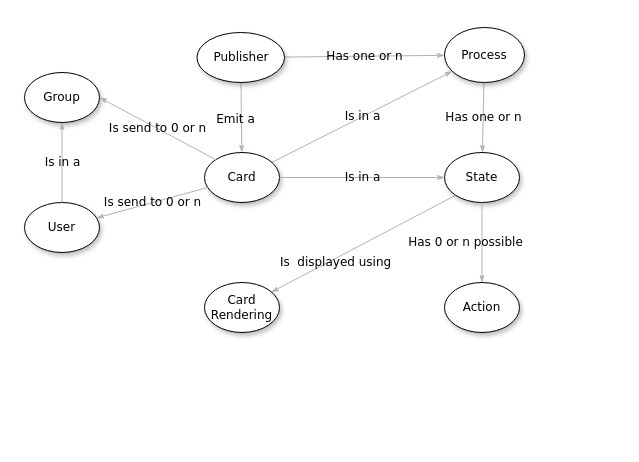
The draw.io diagram documentation/archives/SNAPSHOT/images/BusinessObjects.drawio in opfab-mock/opfab-mock.github.io, before the edit. Source tidied: cells renumbered, new cells numbered last; positions are measured from the earlier drawing's top-left corner, leaving out a move shared by most shapes. Both pictures are drawn from the tidied source at 100%, with x=0, y=0 at pixel (24, 27).
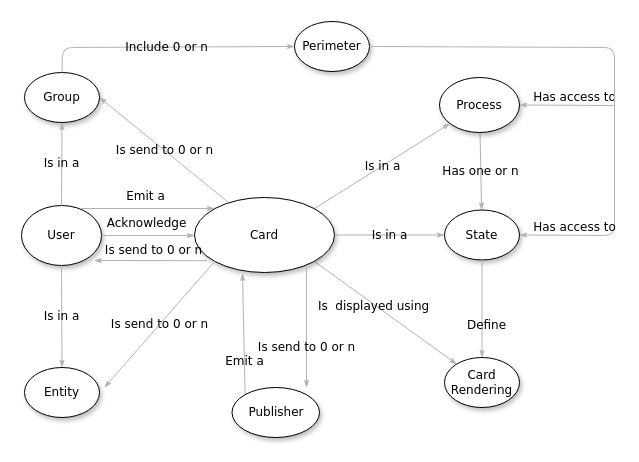
Above is the later version.

Unchanged cells that the change refers to:
```xml
<mxCell id="14" value="Group" style="ellipse;whiteSpace=wrap;html=1;rounded=0;shadow=1;comic=0;labelBackgroundColor=none;strokeWidth=1;fontFamily=Verdana;fontSize=12;align=center;" parent="1" vertex="1">
  <mxGeometry y="45" width="75" height="50" as="geometry" />
</mxCell>
```

Diff of the diagram source:
```diff
@@
-    <mxCell id="2" value="Has one or n" style="edgeStyle=none;rounded=1;html=1;labelBackgroundColor=none;startArrow=none;startFill=0;startSize=5;endArrow=classicThin;endFill=1;endSize=5;jettySize=auto;strokeColor=#B3B3B3;strokeWidth=1;fontFamily=Verdana;fontSize=12;" parent="1" edge="1" source="4" target="7">
-      <mxGeometry relative="1" as="geometry" />
-    </mxCell>
-    <mxCell id="3" value="Emit a " style="edgeStyle=none;rounded=1;html=1;labelBackgroundColor=none;startArrow=none;startFill=0;startSize=5;endArrow=classicThin;endFill=1;endSize=5;jettySize=auto;strokeColor=#B3B3B3;strokeWidth=1;fontFamily=Verdana;fontSize=12;" parent="1" edge="1" source="4" target="11">
-      <mxGeometry x="0.06" y="-7" relative="1" as="geometry">
-        <mxPoint x="1" as="offset" />
-      </mxGeometry>
+    <mxCell id="3" value="Emit a " style="edgeStyle=none;rounded=1;html=1;labelBackgroundColor=none;startArrow=none;startFill=0;startSize=5;endArrow=classicThin;endFill=1;endSize=5;jettySize=auto;strokeColor=#B3B3B3;strokeWidth=1;fontFamily=Verdana;fontSize=12;exitX=0;exitY=0;exitDx=0;exitDy=0;entryX=0.343;entryY=1.013;entryDx=0;entryDy=0;entryPerimeter=0;" parent="1" edge="1" source="4" target="11">
+      <mxGeometry x="-0.45" relative="1" as="geometry" />
     </mxCell>
     <mxCell id="4" value="Publisher" style="ellipse;whiteSpace=wrap;html=1;rounded=0;shadow=1;comic=0;labelBackgroundColor=none;strokeWidth=1;fontFamily=Verdana;fontSize=12;align=center;" parent="1" vertex="1">
-      <mxGeometry x="172.5" y="5" width="87.5" height="50" as="geometry" />
+      <mxGeometry x="207.5" y="360" width="87.5" height="50" as="geometry" />
     </mxCell>
@@
-    <mxCell id="6" value="Is&amp;nbsp; displayed using " style="edgeStyle=none;rounded=1;html=1;labelBackgroundColor=none;startArrow=none;startFill=0;startSize=5;endArrow=classicThin;endFill=1;endSize=5;jettySize=auto;strokeColor=#B3B3B3;strokeWidth=1;fontFamily=Verdana;fontSize=12;exitX=0;exitY=1;exitDx=0;exitDy=0;" parent="1" edge="1" source="9" target="8">
-      <mxGeometry x="0.33" y="3" relative="1" as="geometry">
-        <mxPoint x="1" as="offset" />
-      </mxGeometry>
+    <mxCell id="6" value="Is&amp;nbsp; displayed using " style="edgeStyle=none;rounded=1;html=1;labelBackgroundColor=none;startArrow=none;startFill=0;startSize=5;endArrow=classicThin;endFill=1;endSize=5;jettySize=auto;strokeColor=#B3B3B3;strokeWidth=1;fontFamily=Verdana;fontSize=12;exitX=1;exitY=1;exitDx=0;exitDy=0;" parent="1" edge="1" source="11" target="8">
+      <mxGeometry x="-0.14" y="-2" relative="1" as="geometry" />
     </mxCell>
     <mxCell id="7" value="Process" style="ellipse;whiteSpace=wrap;html=1;rounded=0;shadow=1;comic=0;labelBackgroundColor=none;strokeWidth=1;fontFamily=Verdana;fontSize=12;align=center;" parent="1" vertex="1">
-      <mxGeometry x="420" width="80" height="55" as="geometry" />
+      <mxGeometry x="415" y="50" width="80" height="55" as="geometry" />
     </mxCell>
     <mxCell id="8" value="Card Rendering" style="ellipse;whiteSpace=wrap;html=1;rounded=0;shadow=1;comic=0;labelBackgroundColor=none;strokeWidth=1;fontFamily=Verdana;fontSize=12;align=center;" parent="1" vertex="1">
-      <mxGeometry x="180" y="255" width="75" height="50" as="geometry" />
+      <mxGeometry x="420" y="330" width="75" height="50" as="geometry" />
     </mxCell>
     <mxCell id="9" value="State" style="ellipse;whiteSpace=wrap;html=1;rounded=0;shadow=1;comic=0;labelBackgroundColor=none;strokeWidth=1;fontFamily=Verdana;fontSize=12;align=center;" parent="1" vertex="1">
-      <mxGeometry x="420" y="125" width="75" height="50" as="geometry" />
+      <mxGeometry x="420" y="182.5" width="75" height="50" as="geometry" />
     </mxCell>
-    <mxCell id="10" value="Is in a " style="edgeStyle=none;rounded=1;html=1;labelBackgroundColor=none;startArrow=none;startFill=0;startSize=5;endArrow=classicThin;endFill=1;endSize=5;jettySize=auto;strokeColor=#B3B3B3;strokeWidth=1;fontFamily=Verdana;fontSize=12;" parent="1" edge="1" source="11" target="7">
+    <mxCell id="10" value="Is in a " style="edgeStyle=none;rounded=1;html=1;labelBackgroundColor=none;startArrow=none;startFill=0;startSize=5;endArrow=classicThin;endFill=1;endSize=5;jettySize=auto;strokeColor=#B3B3B3;strokeWidth=1;fontFamily=Verdana;fontSize=12;exitX=1;exitY=0;exitDx=0;exitDy=0;" parent="1" edge="1" source="11" target="7">
       <mxGeometry relative="1" as="geometry" />
     </mxCell>
     <mxCell id="11" value="Card " style="ellipse;whiteSpace=wrap;html=1;rounded=0;shadow=1;comic=0;labelBackgroundColor=none;strokeWidth=1;fontFamily=Verdana;fontSize=12;align=center;" parent="1" vertex="1">
-      <mxGeometry x="180" y="125" width="75" height="50" as="geometry" />
+      <mxGeometry x="170" y="170" width="140" height="75" as="geometry" />
     </mxCell>
@@
     <mxCell id="13" value="User" style="ellipse;whiteSpace=wrap;html=1;rounded=0;shadow=1;comic=0;labelBackgroundColor=none;strokeWidth=1;fontFamily=Verdana;fontSize=12;align=center;" parent="1" vertex="1">
-      <mxGeometry y="175" width="75" height="50" as="geometry" />
+      <mxGeometry x="-3" y="178" width="80" height="60" as="geometry" />
     </mxCell>
@@
-    <mxCell id="15" value="Action" style="ellipse;whiteSpace=wrap;html=1;rounded=0;shadow=1;comic=0;labelBackgroundColor=none;strokeWidth=1;fontFamily=Verdana;fontSize=12;align=center;" parent="1" vertex="1">
-      <mxGeometry x="420" y="255" width="75" height="50" as="geometry" />
-    </mxCell>
-    <mxCell id="16" value="Has 0 or n possible " style="edgeStyle=none;rounded=1;html=1;labelBackgroundColor=none;startArrow=none;startFill=0;startSize=5;endArrow=classicThin;endFill=1;endSize=5;jettySize=auto;strokeColor=#B3B3B3;strokeWidth=1;fontFamily=Verdana;fontSize=12;exitX=0.5;exitY=1;exitDx=0;exitDy=0;" parent="1" edge="1" source="9" target="15">
-      <mxGeometry y="-17" relative="1" as="geometry" />
-    </mxCell>
@@
-    <mxCell id="18" value="Is send to 0 or n " style="edgeStyle=none;rounded=1;html=1;labelBackgroundColor=none;startArrow=none;startFill=0;startSize=5;endArrow=classicThin;endFill=1;endSize=5;jettySize=auto;strokeColor=#B3B3B3;strokeWidth=1;fontFamily=Verdana;fontSize=12;exitX=0.04;exitY=0.7;exitDx=0;exitDy=0;exitPerimeter=0;" parent="1" edge="1" source="11" target="13">
-      <mxGeometry relative="1" as="geometry" />
+    <mxCell id="18" value="Is send to 0 or n " style="edgeStyle=none;rounded=1;html=1;labelBackgroundColor=none;startArrow=none;startFill=0;startSize=5;endArrow=classicThin;endFill=1;endSize=5;jettySize=auto;orthogonalLoop=1;strokeColor=#B3B3B3;strokeWidth=1;fontFamily=Verdana;fontSize=12;entryX=0.91;entryY=0.866;entryDx=0;entryDy=0;entryPerimeter=0;exitX=0.089;exitY=0.803;exitDx=0;exitDy=0;exitPerimeter=0;" parent="1" edge="1">
+      <mxGeometry x="-0.04" y="-10" relative="1" as="geometry">
+        <mxPoint x="182.5" y="233.2" as="sourcePoint" />
+        <mxPoint x="69.8" y="233" as="targetPoint" />
+      </mxGeometry>
     </mxCell>
-    <mxCell id="19" value="Is send to 0 or n " style="edgeStyle=none;rounded=1;html=1;labelBackgroundColor=none;startArrow=none;startFill=0;startSize=5;endArrow=classicThin;endFill=1;endSize=5;jettySize=auto;strokeColor=#B3B3B3;strokeWidth=1;fontFamily=Verdana;fontSize=12;exitX=0;exitY=0;exitDx=0;exitDy=0;entryX=1;entryY=0.5;entryDx=0;entryDy=0;" parent="1" edge="1" source="11" target="14">
+    <mxCell id="19" value="Is send to 0 or n " style="edgeStyle=none;rounded=1;html=1;labelBackgroundColor=none;startArrow=none;startFill=0;startSize=5;endArrow=classicThin;endFill=1;endSize=5;jettySize=auto;strokeColor=#B3B3B3;strokeWidth=1;fontFamily=Verdana;fontSize=12;exitX=0.243;exitY=0.067;exitDx=0;exitDy=0;entryX=1;entryY=0.5;entryDx=0;entryDy=0;exitPerimeter=0;" parent="1" edge="1" source="11" target="14">
       <mxGeometry relative="1" as="geometry" />
     </mxCell>
@@
+    <mxCell id="21" value="Entity" style="ellipse;whiteSpace=wrap;html=1;rounded=0;shadow=1;comic=0;labelBackgroundColor=none;strokeWidth=1;fontFamily=Verdana;fontSize=12;align=center;" parent="1" vertex="1">
+      <mxGeometry y="340" width="75" height="50" as="geometry" />
+    </mxCell>
+    <mxCell id="22" value="Is send to 0 or n " style="edgeStyle=none;rounded=1;html=1;labelBackgroundColor=none;startArrow=none;startFill=0;startSize=5;endArrow=classicThin;endFill=1;endSize=5;jettySize=auto;strokeColor=#B3B3B3;strokeWidth=1;fontFamily=Verdana;fontSize=12;exitX=0;exitY=1;exitDx=0;exitDy=0;" parent="1" edge="1" source="11">
+      <mxGeometry relative="1" as="geometry">
+        <mxPoint x="80" y="360" as="targetPoint" />
+      </mxGeometry>
+    </mxCell>
+    <mxCell id="23" value="Is in a " style="edgeStyle=none;rounded=1;html=1;labelBackgroundColor=none;startArrow=none;startFill=0;startSize=5;endArrow=classicThin;endFill=1;endSize=5;jettySize=auto;strokeColor=#B3B3B3;strokeWidth=1;fontFamily=Verdana;fontSize=12;exitX=0.5;exitY=1;exitDx=0;exitDy=0;entryX=0.5;entryY=0;entryDx=0;entryDy=0;" parent="1" edge="1" source="13" target="21">
+      <mxGeometry relative="1" as="geometry" />
+    </mxCell>
+    <mxCell id="24" value="Define" style="edgeStyle=none;rounded=1;html=1;labelBackgroundColor=none;startArrow=none;startFill=0;startSize=5;endArrow=classicThin;endFill=1;endSize=5;jettySize=auto;strokeColor=#B3B3B3;strokeWidth=1;fontFamily=Verdana;fontSize=12;exitX=0.5;exitY=1;exitDx=0;exitDy=0;entryX=0.5;entryY=0;entryDx=0;entryDy=0;" parent="1" edge="1" source="9" target="8">
+      <mxGeometry x="0.33" y="3" relative="1" as="geometry">
+        <mxPoint x="1" as="offset" />
+      </mxGeometry>
+    </mxCell>
+    <mxCell id="25" value="Emit a " style="edgeStyle=none;rounded=1;html=1;labelBackgroundColor=none;startArrow=none;startFill=0;startSize=5;endArrow=classicThin;endFill=1;endSize=5;jettySize=auto;strokeColor=#B3B3B3;strokeWidth=1;fontFamily=Verdana;fontSize=12;exitX=0.75;exitY=0.05;exitDx=0;exitDy=0;exitPerimeter=0;" parent="1" edge="1" source="13">
+      <mxGeometry x="-0.04" y="12" relative="1" as="geometry">
+        <mxPoint x="190" y="181" as="targetPoint" />
+      </mxGeometry>
+    </mxCell>
+    <mxCell id="26" value="Is send to 0 or n " style="edgeStyle=none;rounded=1;html=1;labelBackgroundColor=none;startArrow=none;startFill=0;startSize=5;endArrow=classicThin;endFill=1;endSize=5;jettySize=auto;orthogonalLoop=1;strokeColor=#B3B3B3;strokeWidth=1;fontFamily=Verdana;fontSize=12;" parent="1" edge="1">
+      <mxGeometry x="0.33" relative="1" as="geometry">
+        <mxPoint x="282" y="240" as="sourcePoint" />
+        <mxPoint x="282" y="360" as="targetPoint" />
+      </mxGeometry>
+    </mxCell>
+    <mxCell id="27" value="Perimeter" style="ellipse;whiteSpace=wrap;html=1;rounded=0;shadow=1;comic=0;labelBackgroundColor=none;strokeWidth=1;fontFamily=Verdana;fontSize=12;align=center;" parent="1" vertex="1">
+      <mxGeometry x="270" y="-6" width="75" height="50" as="geometry" />
+    </mxCell>
+    <mxCell id="28" value="Include 0 or n" style="edgeStyle=none;rounded=1;html=1;labelBackgroundColor=none;startArrow=none;startFill=0;startSize=5;endArrow=classicThin;endFill=1;endSize=5;jettySize=auto;strokeColor=#B3B3B3;strokeWidth=1;fontFamily=Verdana;fontSize=12;exitX=0.5;exitY=0;exitDx=0;exitDy=0;entryX=0;entryY=0.5;entryDx=0;entryDy=0;" parent="1" edge="1" source="14" target="27">
+      <mxGeometry relative="1" as="geometry">
+        <Array as="points">
+          <mxPoint x="38" y="20" />
+        </Array>
+      </mxGeometry>
+    </mxCell>
+    <mxCell id="29" value="Has access to" style="edgeStyle=none;rounded=1;html=1;labelBackgroundColor=none;startArrow=none;startFill=0;startSize=5;endArrow=classicThin;endFill=1;endSize=5;jettySize=auto;strokeColor=#B3B3B3;strokeWidth=1;fontFamily=Verdana;fontSize=12;entryX=1;entryY=0.5;entryDx=0;entryDy=0;" parent="1" edge="1" target="7">
+      <mxGeometry x="-0.16" y="-8" relative="1" as="geometry">
+        <mxPoint x="590" y="78" as="sourcePoint" />
+      </mxGeometry>
+    </mxCell>
+    <mxCell id="30" value="&lt;div&gt;Has access to &lt;/div&gt;" style="edgeStyle=none;rounded=1;html=1;labelBackgroundColor=none;startArrow=none;startFill=0;startSize=5;endArrow=classicThin;endFill=1;endSize=5;jettySize=auto;strokeColor=#B3B3B3;strokeWidth=1;fontFamily=Verdana;fontSize=12;entryX=1;entryY=0.5;entryDx=0;entryDy=0;jumpStyle=none;exitX=1;exitY=0.5;exitDx=0;exitDy=0;" parent="1" edge="1" source="27" target="9">
+      <mxGeometry x="0.79" y="-8" relative="1" as="geometry">
+        <Array as="points">
+          <mxPoint x="590" y="20" />
+          <mxPoint x="590" y="208" />
+        </Array>
+      </mxGeometry>
+    </mxCell>
+    <mxCell id="31" value="Acknowledge" style="edgeStyle=none;rounded=1;html=1;labelBackgroundColor=none;startArrow=none;startFill=0;startSize=5;endArrow=classicThin;endFill=1;endSize=5;jettySize=auto;strokeColor=#B3B3B3;strokeWidth=1;fontFamily=Verdana;fontSize=12;exitX=1;exitY=0.5;exitDx=0;exitDy=0;" parent="1" edge="1" source="13">
+      <mxGeometry x="-0.04" y="12" relative="1" as="geometry">
+        <mxPoint x="170" y="208" as="targetPoint" />
+      </mxGeometry>
+    </mxCell>
```
